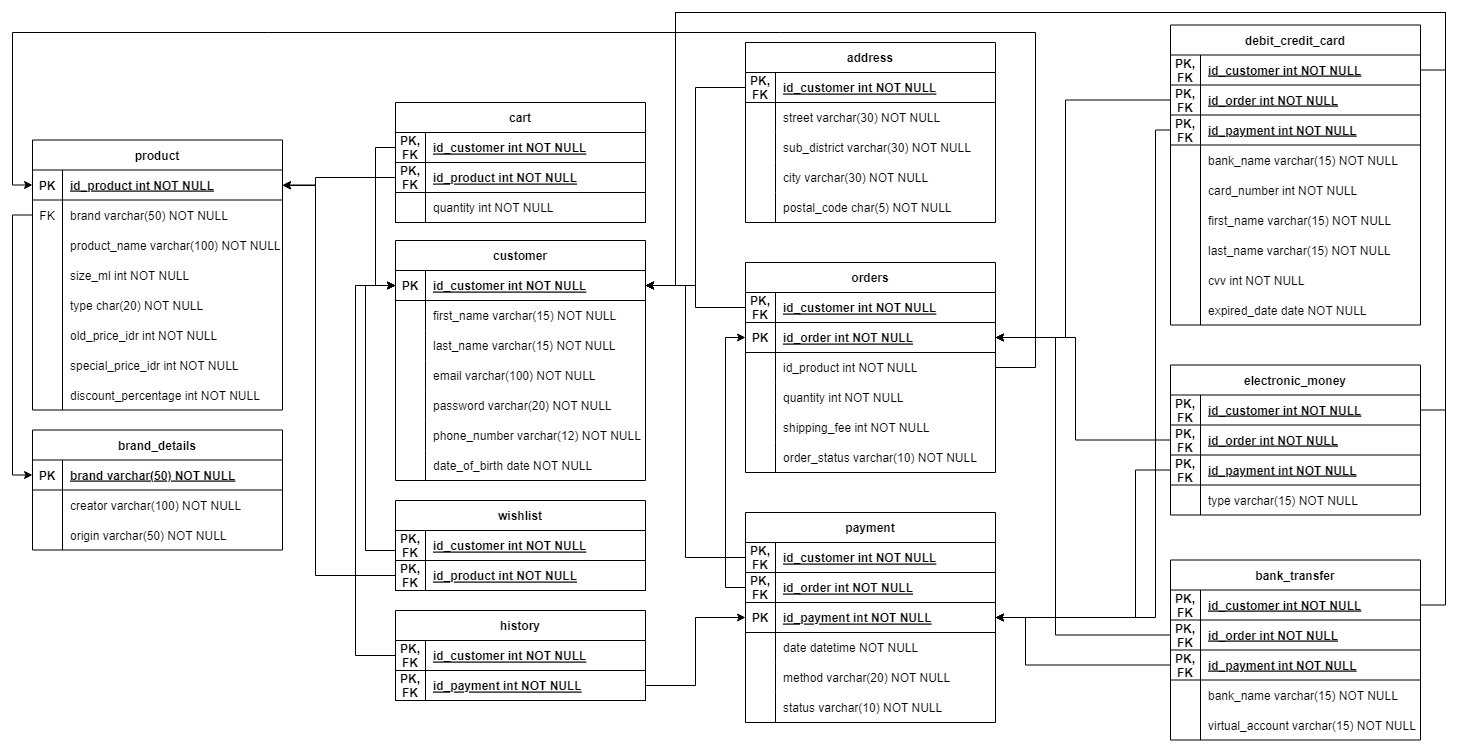
This is Data Storing/design/RelationalDiagram.png from fredrick03/TUGAS_SELEKSI_1_18221156, a draw.io export, as it was before one commit. Source tidied: cells renumbered, new cells last; positions are measured from the earlier drawing's top-left corner, leaving out a move shared by most shapes.
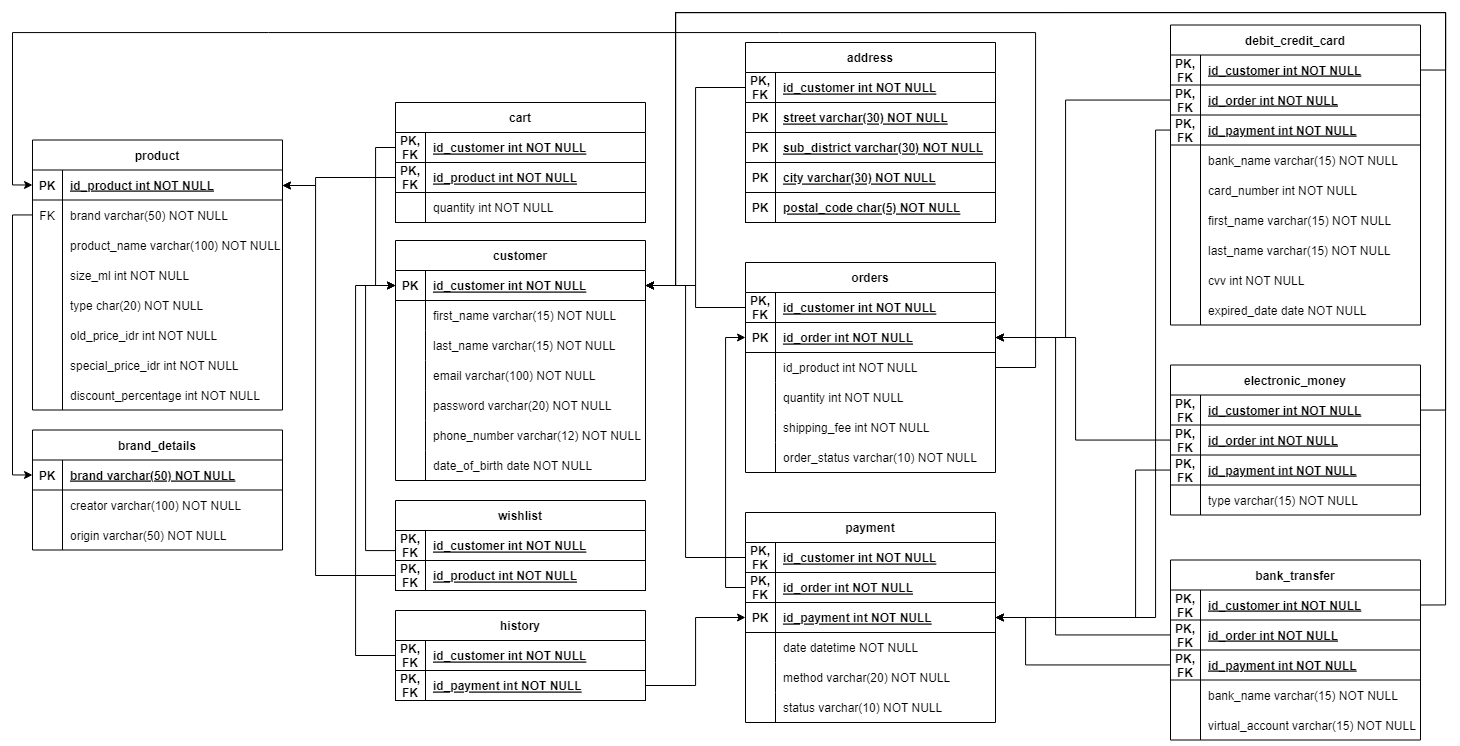
Above is the later version.

The edit, as a diff of the source:
```diff
@@ -218,7 +218,7 @@
     <mxCell id="73" value="address" style="shape=table;startSize=30;rowLines=0;fontStyle=1;align=center;labelBackgroundColor=none;labelBorderColor=none;fontColor=default;" parent="1" vertex="1">
       <mxGeometry x="733" y="30" width="250" height="180" as="geometry" />
     </mxCell>
-    <mxCell id="74" style="shape=partialRectangle;fillColor=none;points=[[0,0.5],[1,0.5]];portConstraint=eastwest;top=0;left=0;right=0;bottom=1;labelBackgroundColor=none;labelBorderColor=none;fontColor=default;" parent="73" vertex="1">
+    <mxCell id="74" style="shape=partialRectangle;fillColor=none;points=[[0,0.5],[1,0.5]];portConstraint=eastwest;top=0;left=0;right=0;bottom=1;labelBackgroundColor=none;labelBorderColor=none;fontColor=default;strokeColor=inherit;" parent="73" vertex="1">
       <mxGeometry y="30" width="250" height="30" as="geometry" />
     </mxCell>
     <mxCell id="75" value="PK,&#10;FK" style="shape=partialRectangle;overflow=hidden;fillColor=none;top=0;left=0;bottom=0;right=0;fontStyle=1;labelBackgroundColor=none;labelBorderColor=none;fontColor=default;" parent="74" vertex="1">
@@ -227,51 +227,42 @@
     <mxCell id="76" value="id_customer int NOT NULL" style="shape=partialRectangle;overflow=hidden;fillColor=none;top=0;left=0;bottom=0;right=0;align=left;spacingLeft=6;fontStyle=5;labelBackgroundColor=none;labelBorderColor=none;fontColor=default;" parent="74" vertex="1">
       <mxGeometry x="30" width="220" height="30" as="geometry" />
     </mxCell>
-    <mxCell id="77" style="shape=partialRectangle;fillColor=none;top=0;left=0;right=0;bottom=0;labelBackgroundColor=none;labelBorderColor=none;fontColor=default;" parent="73" vertex="1">
-      <mxGeometry y="60" width="250" height="30" as="geometry" />
-    </mxCell>
-    <mxCell id="78" style="shape=partialRectangle;overflow=hidden;fillColor=none;top=0;left=0;bottom=0;right=0;labelBackgroundColor=none;labelBorderColor=none;fontColor=default;" parent="77" vertex="1">
-      <mxGeometry width="30" height="30" as="geometry" />
-    </mxCell>
+    <mxCell id="244" style="shape=partialRectangle;fillColor=none;top=0;left=0;right=0;bottom=1;labelBackgroundColor=none;labelBorderColor=none;fontColor=default;strokeColor=inherit;" parent="73" vertex="1">
+      <mxGeometry y="60" width="250" height="30" as="geometry" />
+    </mxCell>
+    <mxCell id="245" value="PK" style="shape=partialRectangle;overflow=hidden;fillColor=none;top=0;left=0;bottom=0;right=0;fontStyle=1;labelBackgroundColor=none;labelBorderColor=none;fontColor=default;" parent="244" vertex="1">
+      <mxGeometry width="30" height="30" as="geometry" />
+    </mxCell>
-    <mxCell id="79" value="street varchar(30) NOT NULL" style="shape=partialRectangle;overflow=hidden;fillColor=none;top=0;left=0;bottom=0;right=0;align=left;spacingLeft=6;labelBackgroundColor=none;labelBorderColor=none;fontColor=default;" parent="77" vertex="1">
+    <mxCell id="79" value="street varchar(30) NOT NULL" style="shape=partialRectangle;overflow=hidden;fillColor=none;top=0;left=0;bottom=0;right=0;align=left;spacingLeft=6;fontStyle=5;labelBackgroundColor=none;labelBorderColor=none;fontColor=default;" parent="244" vertex="1">
       <mxGeometry x="30" width="220" height="30" as="geometry" />
     </mxCell>
-    <mxCell id="80" style="shape=partialRectangle;fillColor=none;top=0;left=0;right=0;bottom=0;labelBackgroundColor=none;labelBorderColor=none;fontColor=default;" parent="73" vertex="1">
-      <mxGeometry y="90" width="250" height="30" as="geometry" />
-    </mxCell>
-    <mxCell id="81" style="shape=partialRectangle;overflow=hidden;fillColor=none;top=0;left=0;bottom=0;right=0;labelBackgroundColor=none;labelBorderColor=none;fontColor=default;" parent="80" vertex="1">
-      <mxGeometry width="30" height="30" as="geometry" />
-    </mxCell>
+    <mxCell id="246" style="shape=partialRectangle;fillColor=none;top=0;left=0;right=0;bottom=1;labelBackgroundColor=none;labelBorderColor=none;fontColor=default;strokeColor=inherit;" parent="73" vertex="1">
+      <mxGeometry y="90" width="250" height="30" as="geometry" />
+    </mxCell>
+    <mxCell id="247" value="PK" style="shape=partialRectangle;overflow=hidden;fillColor=none;top=0;left=0;bottom=0;right=0;fontStyle=1;labelBackgroundColor=none;labelBorderColor=none;fontColor=default;" parent="246" vertex="1">
+      <mxGeometry width="30" height="30" as="geometry" />
+    </mxCell>
-    <mxCell id="82" value="sub_district varchar(30) NOT NULL" style="shape=partialRectangle;overflow=hidden;fillColor=none;top=0;left=0;bottom=0;right=0;align=left;spacingLeft=6;labelBackgroundColor=none;labelBorderColor=none;fontColor=default;" parent="80" vertex="1">
+    <mxCell id="82" value="sub_district varchar(30) NOT NULL" style="shape=partialRectangle;overflow=hidden;fillColor=none;top=0;left=0;bottom=0;right=0;align=left;spacingLeft=6;fontStyle=5;labelBackgroundColor=none;labelBorderColor=none;fontColor=default;" parent="246" vertex="1">
       <mxGeometry x="30" width="220" height="30" as="geometry" />
     </mxCell>
-    <mxCell id="83" style="shape=partialRectangle;fillColor=none;top=0;left=0;right=0;bottom=0;labelBackgroundColor=none;labelBorderColor=none;fontColor=default;" parent="73" vertex="1">
-      <mxGeometry y="120" width="250" height="30" as="geometry" />
-    </mxCell>
-    <mxCell id="84" style="shape=partialRectangle;overflow=hidden;fillColor=none;top=0;left=0;bottom=0;right=0;labelBackgroundColor=none;labelBorderColor=none;fontColor=default;" parent="83" vertex="1">
-      <mxGeometry width="30" height="30" as="geometry" />
-    </mxCell>
+    <mxCell id="248" style="shape=partialRectangle;fillColor=none;top=0;left=0;right=0;bottom=1;labelBackgroundColor=none;labelBorderColor=none;fontColor=default;strokeColor=inherit;" parent="73" vertex="1">
+      <mxGeometry y="120" width="250" height="30" as="geometry" />
+    </mxCell>
+    <mxCell id="249" value="PK" style="shape=partialRectangle;overflow=hidden;fillColor=none;top=0;left=0;bottom=0;right=0;fontStyle=1;labelBackgroundColor=none;labelBorderColor=none;fontColor=default;" parent="248" vertex="1">
+      <mxGeometry width="30" height="30" as="geometry" />
+    </mxCell>
-    <mxCell id="85" value="city varchar(30) NOT NULL" style="shape=partialRectangle;overflow=hidden;fillColor=none;top=0;left=0;bottom=0;right=0;align=left;spacingLeft=6;labelBackgroundColor=none;labelBorderColor=none;fontColor=default;" parent="83" vertex="1">
+    <mxCell id="85" value="city varchar(30) NOT NULL" style="shape=partialRectangle;overflow=hidden;fillColor=none;top=0;left=0;bottom=0;right=0;align=left;spacingLeft=6;fontStyle=5;labelBackgroundColor=none;labelBorderColor=none;fontColor=default;" parent="248" vertex="1">
       <mxGeometry x="30" width="220" height="30" as="geometry" />
     </mxCell>
-    <mxCell id="86" style="shape=partialRectangle;fillColor=none;top=0;left=0;right=0;bottom=0;labelBackgroundColor=none;labelBorderColor=none;fontColor=default;" parent="73" vertex="1">
-      <mxGeometry y="150" width="250" height="30" as="geometry" />
-    </mxCell>
-    <mxCell id="87" style="shape=partialRectangle;overflow=hidden;fillColor=none;top=0;left=0;bottom=0;right=0;labelBackgroundColor=none;labelBorderColor=none;fontColor=default;" parent="86" vertex="1">
-      <mxGeometry width="30" height="30" as="geometry" />
-    </mxCell>
+    <mxCell id="250" style="shape=partialRectangle;fillColor=none;top=0;left=0;right=0;bottom=1;labelBackgroundColor=none;labelBorderColor=none;fontColor=default;strokeColor=inherit;" parent="73" vertex="1">
+      <mxGeometry y="150" width="250" height="30" as="geometry" />
+    </mxCell>
+    <mxCell id="251" value="PK" style="shape=partialRectangle;overflow=hidden;fillColor=none;top=0;left=0;bottom=0;right=0;fontStyle=1;labelBackgroundColor=none;labelBorderColor=none;fontColor=default;" parent="250" vertex="1">
+      <mxGeometry width="30" height="30" as="geometry" />
+    </mxCell>
-    <mxCell id="88" value="postal_code char(5) NOT NULL" style="shape=partialRectangle;overflow=hidden;fillColor=none;top=0;left=0;bottom=0;right=0;align=left;spacingLeft=6;labelBackgroundColor=none;labelBorderColor=none;fontColor=default;" parent="86" vertex="1">
+    <mxCell id="88" value="postal_code char(5) NOT NULL" style="shape=partialRectangle;overflow=hidden;fillColor=none;top=0;left=0;bottom=0;right=0;align=left;spacingLeft=6;fontStyle=5;labelBackgroundColor=none;labelBorderColor=none;fontColor=default;" parent="250" vertex="1">
       <mxGeometry x="30" width="220" height="30" as="geometry" />
     </mxCell>
-    <mxCell id="89" style="shape=partialRectangle;overflow=hidden;fillColor=none;top=0;left=0;bottom=0;right=0;labelBackgroundColor=none;labelBorderColor=none;fontColor=default;" parent="1" vertex="1">
-      <mxGeometry x="733" y="120" width="30" height="30" as="geometry" />
-    </mxCell>
-    <mxCell id="90" style="shape=partialRectangle;overflow=hidden;fillColor=none;top=0;left=0;bottom=0;right=0;labelBackgroundColor=none;labelBorderColor=none;fontColor=default;" parent="1" vertex="1">
-      <mxGeometry x="733" y="150" width="30" height="30" as="geometry" />
-    </mxCell>
-    <mxCell id="91" style="shape=partialRectangle;overflow=hidden;fillColor=none;top=0;left=0;bottom=0;right=0;labelBackgroundColor=none;labelBorderColor=none;fontColor=default;" parent="1" vertex="1">
-      <mxGeometry x="733" y="180" width="30" height="30" as="geometry" />
-    </mxCell>
     <mxCell id="92" value="cart" style="shape=table;startSize=30;rowLines=0;fontStyle=1;align=center;strokeColor=default;labelBackgroundColor=none;labelBorderColor=none;fontColor=default;" parent="1" vertex="1">
       <mxGeometry x="383" y="90" width="250" height="120" as="geometry" />
     </mxCell>
```
